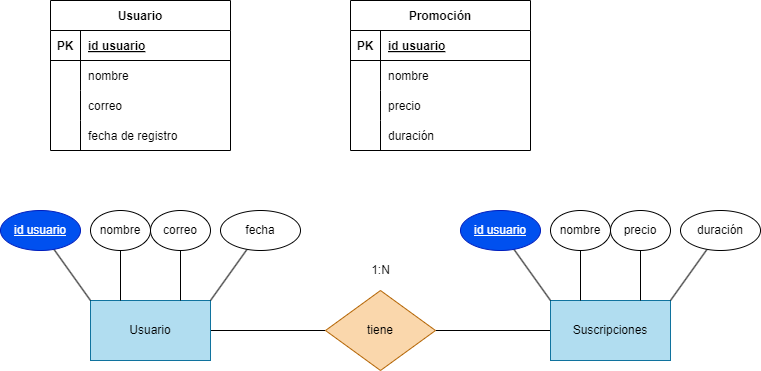
This is Tareas/Unidad2/ejercicio2.19.drawio.png from WhiteCascade/BAE, a draw.io export, as it was before one commit. Source tidied: cells renumbered, new cells last; positions are measured from the earlier drawing's top-left corner, leaving out a move shared by most shapes. Source of this version:
```xml
<mxGraphModel>
  <root>
    <mxCell id="0" />
    <mxCell id="1" parent="0" />
    <mxCell id="2" style="edgeStyle=none;html=1;entryX=0;entryY=0.5;entryDx=0;entryDy=0;endArrow=none;endFill=0;" parent="1" edge="1" source="3" target="6">
      <mxGeometry relative="1" as="geometry" />
    </mxCell>
    <mxCell id="3" value="Usuario" style="rounded=0;whiteSpace=wrap;html=1;fillColor=#b1ddf0;strokeColor=#10739e;" parent="1" vertex="1">
      <mxGeometry x="90" y="300" width="120" height="60" as="geometry" />
    </mxCell>
    <mxCell id="4" value="Usuarios        " style="rounded=0;whiteSpace=wrap;html=1;fillColor=#b1ddf0;strokeColor=#10739e;" parent="1" vertex="1">
      <mxGeometry x="550" y="300" width="120" height="60" as="geometry" />
    </mxCell>
    <mxCell id="5" style="edgeStyle=none;html=1;entryX=0;entryY=0.5;entryDx=0;entryDy=0;endArrow=none;endFill=0;" parent="1" edge="1" source="6" target="4">
      <mxGeometry relative="1" as="geometry" />
    </mxCell>
    <mxCell id="6" value="tiene" style="rhombus;whiteSpace=wrap;html=1;fillColor=#fad7ac;strokeColor=#b46504;" parent="1" vertex="1">
      <mxGeometry x="325" y="290" width="110" height="80" as="geometry" />
    </mxCell>
    <mxCell id="7" value="Suscripciones" style="rounded=0;whiteSpace=wrap;html=1;fillColor=#b1ddf0;strokeColor=#10739e;" parent="1" vertex="1">
      <mxGeometry x="550" y="300" width="120" height="60" as="geometry" />
    </mxCell>
    <mxCell id="8" value="Usuario" style="shape=table;startSize=30;rowLines=0;fontStyle=1;align=center;" parent="1" vertex="1">
      <mxGeometry x="50" width="180" height="150" as="geometry" />
    </mxCell>
    <mxCell id="9" style="shape=tableRow;horizontal=0;startSize=0;swimlaneHead=0;swimlaneBody=0;fillColor=none;points=[[0,0.5],[1,0.5]];portConstraint=eastwest;top=0;left=0;right=0;bottom=1;" parent="8" vertex="1">
      <mxGeometry y="30" width="180" height="30" as="geometry" />
    </mxCell>
    <mxCell id="10" value="PK" style="shape=partialRectangle;fillColor=none;top=0;left=0;bottom=0;right=0;fontStyle=1;overflow=hidden;" parent="9" vertex="1">
      <mxGeometry width="30" height="30" as="geometry" />
    </mxCell>
    <mxCell id="11" value="id usuario" style="shape=partialRectangle;fillColor=none;top=0;left=0;bottom=0;right=0;align=left;spacingLeft=6;fontStyle=5;overflow=hidden;" parent="9" vertex="1">
      <mxGeometry x="30" width="150" height="30" as="geometry" />
    </mxCell>
    <mxCell id="12" style="shape=tableRow;horizontal=0;startSize=0;swimlaneHead=0;swimlaneBody=0;fillColor=none;top=0;left=0;right=0;bottom=0;" parent="8" vertex="1">
      <mxGeometry y="60" width="180" height="30" as="geometry" />
    </mxCell>
    <mxCell id="13" style="shape=partialRectangle;fillColor=none;top=0;left=0;bottom=0;right=0;overflow=hidden;" parent="12" vertex="1">
      <mxGeometry width="30" height="30" as="geometry" />
    </mxCell>
    <mxCell id="14" value="nombre" style="shape=partialRectangle;fillColor=none;top=0;left=0;bottom=0;right=0;align=left;spacingLeft=6;overflow=hidden;" parent="12" vertex="1">
      <mxGeometry x="30" width="150" height="30" as="geometry" />
    </mxCell>
    <mxCell id="15" style="shape=tableRow;horizontal=0;startSize=0;swimlaneHead=0;swimlaneBody=0;fillColor=none;top=0;left=0;right=0;bottom=0;" parent="8" vertex="1">
      <mxGeometry y="90" width="180" height="30" as="geometry" />
    </mxCell>
    <mxCell id="16" style="shape=partialRectangle;fillColor=none;top=0;left=0;bottom=0;right=0;overflow=hidden;" parent="15" vertex="1">
      <mxGeometry width="30" height="30" as="geometry" />
    </mxCell>
    <mxCell id="17" value="correo" style="shape=partialRectangle;fillColor=none;top=0;left=0;bottom=0;right=0;align=left;spacingLeft=6;overflow=hidden;" parent="15" vertex="1">
      <mxGeometry x="30" width="150" height="30" as="geometry" />
    </mxCell>
    <mxCell id="18" style="shape=tableRow;horizontal=0;startSize=0;swimlaneHead=0;swimlaneBody=0;fillColor=none;top=0;left=0;right=0;bottom=0;" parent="8" vertex="1">
      <mxGeometry y="120" width="180" height="30" as="geometry" />
    </mxCell>
    <mxCell id="19" style="shape=partialRectangle;fillColor=none;top=0;left=0;bottom=0;right=0;overflow=hidden;" parent="18" vertex="1">
      <mxGeometry width="30" height="30" as="geometry" />
    </mxCell>
    <mxCell id="20" value="fecha de registro " style="shape=partialRectangle;fillColor=none;top=0;left=0;bottom=0;right=0;align=left;spacingLeft=6;overflow=hidden;" parent="18" vertex="1">
      <mxGeometry x="30" width="150" height="30" as="geometry" />
    </mxCell>
    <mxCell id="21" value="Promoción" style="shape=table;startSize=30;rowLines=0;fontStyle=1;align=center;" parent="1" vertex="1">
      <mxGeometry x="350" width="180" height="150" as="geometry" />
    </mxCell>
    <mxCell id="22" style="shape=tableRow;horizontal=0;startSize=0;swimlaneHead=0;swimlaneBody=0;fillColor=none;points=[[0,0.5],[1,0.5]];portConstraint=eastwest;top=0;left=0;right=0;bottom=1;" parent="21" vertex="1">
      <mxGeometry y="30" width="180" height="30" as="geometry" />
    </mxCell>
    <mxCell id="23" value="PK" style="shape=partialRectangle;fillColor=none;top=0;left=0;bottom=0;right=0;fontStyle=1;overflow=hidden;" parent="22" vertex="1">
      <mxGeometry width="30" height="30" as="geometry" />
    </mxCell>
    <mxCell id="24" value="id usuario" style="shape=partialRectangle;fillColor=none;top=0;left=0;bottom=0;right=0;align=left;spacingLeft=6;fontStyle=5;overflow=hidden;" parent="22" vertex="1">
      <mxGeometry x="30" width="150" height="30" as="geometry" />
    </mxCell>
    <mxCell id="25" style="shape=tableRow;horizontal=0;startSize=0;swimlaneHead=0;swimlaneBody=0;fillColor=none;points=[[0,0.5],[1,0.5]];portConstraint=eastwest;top=0;left=0;right=0;bottom=0;" parent="21" vertex="1">
      <mxGeometry y="60" width="180" height="30" as="geometry" />
    </mxCell>
    <mxCell id="26" style="shape=partialRectangle;fillColor=none;top=0;left=0;bottom=0;right=0;overflow=hidden;" parent="25" vertex="1">
      <mxGeometry width="30" height="30" as="geometry" />
    </mxCell>
    <mxCell id="27" value="nombre" style="shape=partialRectangle;fillColor=none;top=0;left=0;bottom=0;right=0;align=left;spacingLeft=6;overflow=hidden;" parent="25" vertex="1">
      <mxGeometry x="30" width="150" height="30" as="geometry" />
    </mxCell>
    <mxCell id="28" style="shape=tableRow;horizontal=0;startSize=0;swimlaneHead=0;swimlaneBody=0;fillColor=none;top=0;left=0;right=0;bottom=0;" parent="21" vertex="1">
      <mxGeometry y="90" width="180" height="30" as="geometry" />
    </mxCell>
    <mxCell id="29" style="shape=partialRectangle;fillColor=none;top=0;left=0;bottom=0;right=0;overflow=hidden;" parent="28" vertex="1">
      <mxGeometry width="30" height="30" as="geometry" />
    </mxCell>
    <mxCell id="30" value="precio" style="shape=partialRectangle;fillColor=none;top=0;left=0;bottom=0;right=0;align=left;spacingLeft=6;overflow=hidden;" parent="28" vertex="1">
      <mxGeometry x="30" width="150" height="30" as="geometry" />
    </mxCell>
    <mxCell id="31" style="shape=tableRow;horizontal=0;startSize=0;swimlaneHead=0;swimlaneBody=0;fillColor=none;top=0;left=0;right=0;bottom=0;" parent="21" vertex="1">
      <mxGeometry y="120" width="180" height="30" as="geometry" />
    </mxCell>
    <mxCell id="32" style="shape=partialRectangle;fillColor=none;top=0;left=0;bottom=0;right=0;overflow=hidden;" parent="31" vertex="1">
      <mxGeometry width="30" height="30" as="geometry" />
    </mxCell>
    <mxCell id="33" value="duración" style="shape=partialRectangle;fillColor=none;top=0;left=0;bottom=0;right=0;align=left;spacingLeft=6;overflow=hidden;" parent="31" vertex="1">
      <mxGeometry x="30" width="150" height="30" as="geometry" />
    </mxCell>
    <mxCell id="34" style="edgeStyle=none;html=1;" parent="1" edge="1" target="25">
      <mxGeometry relative="1" as="geometry">
        <mxPoint x="530" y="75" as="sourcePoint" />
      </mxGeometry>
    </mxCell>
    <mxCell id="35" style="edgeStyle=none;html=1;entryX=0;entryY=0;entryDx=0;entryDy=0;endArrow=none;endFill=0;" parent="1" edge="1" source="36" target="3">
      <mxGeometry relative="1" as="geometry" />
    </mxCell>
    <mxCell id="36" value="&lt;u&gt;id usuario&lt;/u&gt;" style="ellipse;whiteSpace=wrap;html=1;fillColor=#0050ef;fontColor=#ffffff;strokeColor=#001DBC;" parent="1" vertex="1">
      <mxGeometry y="210" width="80" height="40" as="geometry" />
    </mxCell>
    <mxCell id="37" style="edgeStyle=none;html=1;entryX=0.25;entryY=0;entryDx=0;entryDy=0;endArrow=none;endFill=0;" parent="1" edge="1" source="38" target="3">
      <mxGeometry relative="1" as="geometry" />
    </mxCell>
    <mxCell id="38" value="nombre" style="ellipse;whiteSpace=wrap;html=1;" parent="1" vertex="1">
      <mxGeometry x="90" y="210" width="60" height="40" as="geometry" />
    </mxCell>
    <mxCell id="39" style="edgeStyle=none;html=1;entryX=0.75;entryY=0;entryDx=0;entryDy=0;endArrow=none;endFill=0;" parent="1" edge="1" source="40" target="3">
      <mxGeometry relative="1" as="geometry" />
    </mxCell>
    <mxCell id="40" value="correo" style="ellipse;whiteSpace=wrap;html=1;" parent="1" vertex="1">
      <mxGeometry x="150" y="210" width="60" height="40" as="geometry" />
    </mxCell>
    <mxCell id="41" style="edgeStyle=none;html=1;entryX=1;entryY=0;entryDx=0;entryDy=0;endArrow=none;endFill=0;" parent="1" edge="1" source="42" target="3">
      <mxGeometry relative="1" as="geometry" />
    </mxCell>
    <mxCell id="42" value="fecha" style="ellipse;whiteSpace=wrap;html=1;" parent="1" vertex="1">
      <mxGeometry x="220" y="210" width="80" height="40" as="geometry" />
    </mxCell>
    <mxCell id="43" style="edgeStyle=none;html=1;entryX=0;entryY=0;entryDx=0;entryDy=0;endArrow=none;endFill=0;" parent="1" edge="1" source="44" target="7">
      <mxGeometry relative="1" as="geometry" />
    </mxCell>
    <mxCell id="44" value="&lt;u&gt;id usuario&lt;/u&gt;" style="ellipse;whiteSpace=wrap;html=1;fillColor=#0050ef;fontColor=#ffffff;strokeColor=#001DBC;" parent="1" vertex="1">
      <mxGeometry x="460" y="210" width="80" height="40" as="geometry" />
    </mxCell>
    <mxCell id="45" style="edgeStyle=none;html=1;endArrow=none;endFill=0;entryX=0.25;entryY=0;entryDx=0;entryDy=0;" parent="1" edge="1" source="46" target="7">
      <mxGeometry relative="1" as="geometry" />
    </mxCell>
    <mxCell id="46" value="nombre" style="ellipse;whiteSpace=wrap;html=1;" parent="1" vertex="1">
      <mxGeometry x="550" y="210" width="60" height="40" as="geometry" />
    </mxCell>
    <mxCell id="47" style="edgeStyle=none;html=1;entryX=0.75;entryY=0;entryDx=0;entryDy=0;endArrow=none;endFill=0;" parent="1" edge="1" source="48" target="7">
      <mxGeometry relative="1" as="geometry" />
    </mxCell>
    <mxCell id="48" value="precio" style="ellipse;whiteSpace=wrap;html=1;" parent="1" vertex="1">
      <mxGeometry x="610" y="210" width="60" height="40" as="geometry" />
    </mxCell>
    <mxCell id="49" style="edgeStyle=none;html=1;entryX=1;entryY=0;entryDx=0;entryDy=0;endArrow=none;endFill=0;" parent="1" edge="1" source="50" target="7">
      <mxGeometry relative="1" as="geometry" />
    </mxCell>
    <mxCell id="50" value="duración" style="ellipse;whiteSpace=wrap;html=1;" parent="1" vertex="1">
      <mxGeometry x="680" y="210" width="80" height="40" as="geometry" />
    </mxCell>
    <mxCell id="51" value="1:N" style="text;html=1;align=center;verticalAlign=middle;strokeColor=none;fillColor=none;" parent="1" vertex="1">
      <mxGeometry x="360" y="255" width="40" height="30" as="geometry" />
    </mxCell>
  </root>
</mxGraphModel>
```
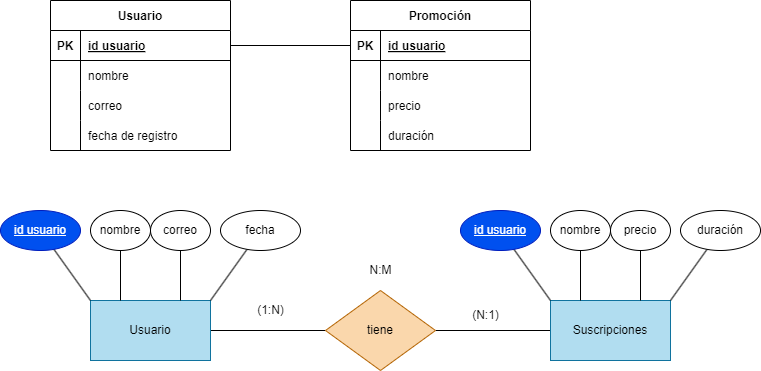
After the commit.

The edit, as a diff of the source:
```diff
@@ -151,8 +151,17 @@
     <mxCell id="50" value="duración" style="ellipse;whiteSpace=wrap;html=1;" parent="1" vertex="1">
       <mxGeometry x="680" y="210" width="80" height="40" as="geometry" />
     </mxCell>
-    <mxCell id="51" value="1:N" style="text;html=1;align=center;verticalAlign=middle;strokeColor=none;fillColor=none;" parent="1" vertex="1">
-      <mxGeometry x="360" y="255" width="40" height="30" as="geometry" />
+    <mxCell id="51" value="N:M" style="text;html=1;align=center;verticalAlign=middle;strokeColor=none;fillColor=none;" parent="1" vertex="1">
+      <mxGeometry x="355" y="255" width="50" height="30" as="geometry" />
     </mxCell>
+    <mxCell id="52" value="(1:N)" style="text;html=1;align=center;verticalAlign=middle;strokeColor=none;fillColor=none;" parent="1" vertex="1">
+      <mxGeometry x="245" y="295" width="50" height="30" as="geometry" />
+    </mxCell>
+    <mxCell id="53" value="(N:1)" style="text;html=1;align=center;verticalAlign=middle;strokeColor=none;fillColor=none;" parent="1" vertex="1">
+      <mxGeometry x="460" y="300" width="50" height="30" as="geometry" />
+    </mxCell>
+    <mxCell id="54" style="edgeStyle=none;html=1;endArrow=none;endFill=0;" parent="1" edge="1" source="22" target="9">
+      <mxGeometry relative="1" as="geometry" />
+    </mxCell>
   </root>
 </mxGraphModel>
```
